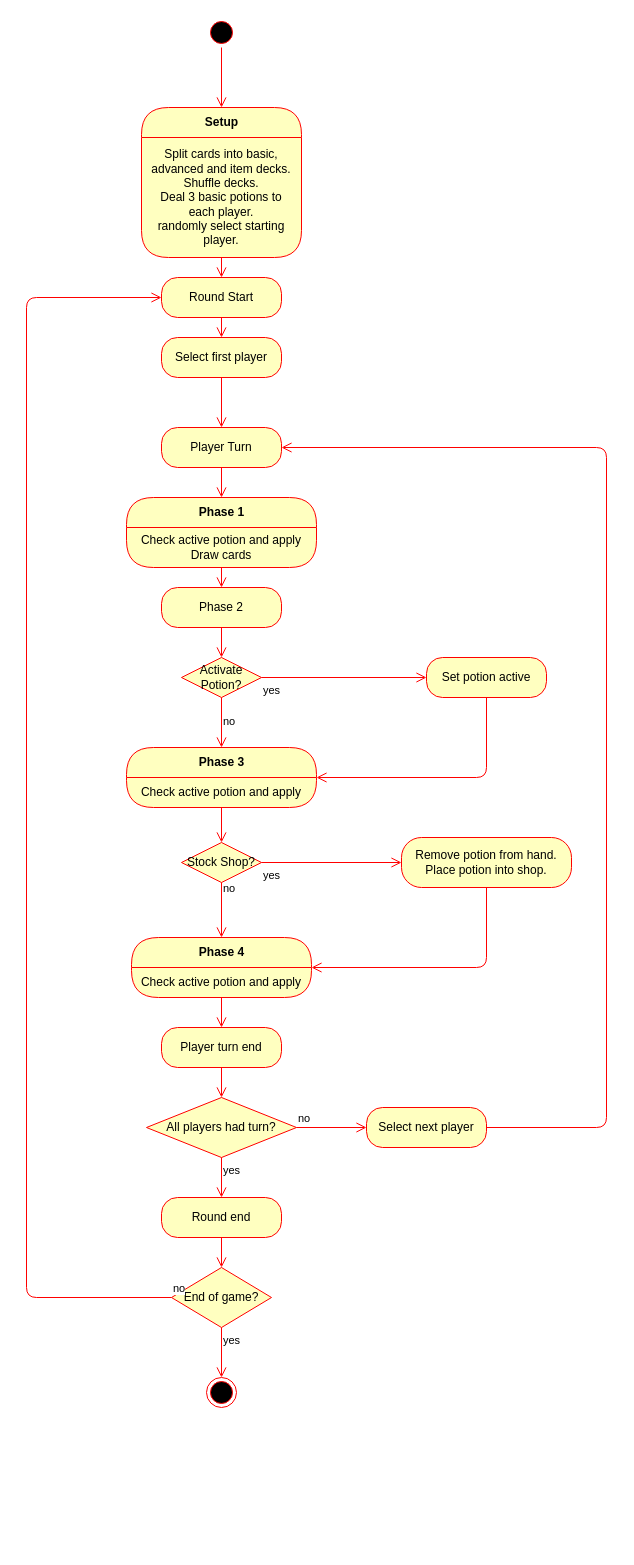
This is misc/game flow.drawio from DavidCJBond/BGA-MagicShop, a draw.io file, before an edit. Source tidied: cells renumbered, new cells numbered last; positions are measured from the earlier drawing's top-left corner, leaving out a move shared by most shapes. Both pictures are drawn from the tidied source at 100%, with x=0, y=0 at pixel (26, 17).
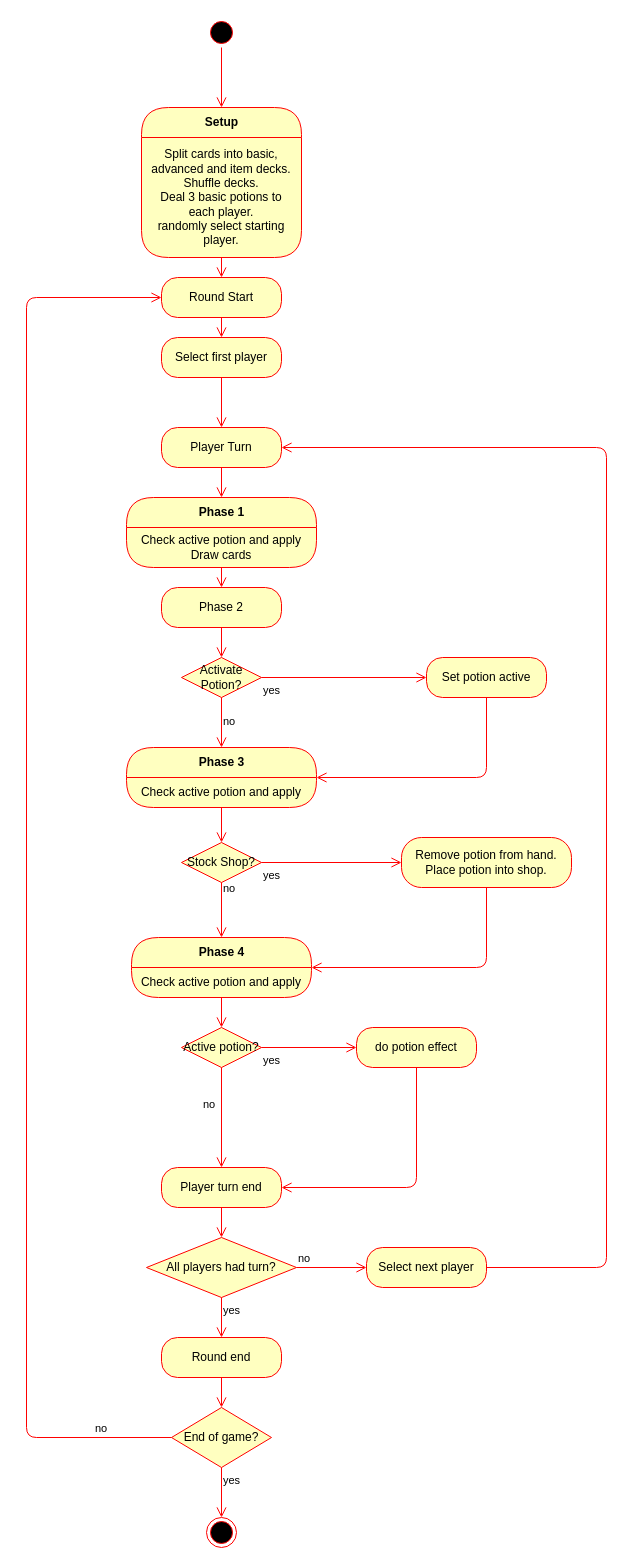
Above is the later version.

The change refers to these unchanged cells:
```xml
<mxCell id="7" value="Round Start" style="rounded=1;whiteSpace=wrap;html=1;arcSize=40;fontColor=#000000;fillColor=#ffffc0;strokeColor=#ff0000;" parent="1" vertex="1">
  <mxGeometry x="135" y="260" width="120" height="40" as="geometry" />
</mxCell>
<mxCell id="11" value="Player Turn" style="rounded=1;whiteSpace=wrap;html=1;arcSize=40;fontColor=#000000;fillColor=#ffffc0;strokeColor=#ff0000;" parent="1" vertex="1">
  <mxGeometry x="135" y="410" width="120" height="40" as="geometry" />
</mxCell>
<mxCell id="33" value="Phase 4" style="swimlane;html=1;fontStyle=1;align=center;verticalAlign=middle;horizontal=1;startSize=30;fontColor=#000000;rounded=1;arcSize=30;strokeColor=#ff0000;fillColor=#ffffc0;swimlaneFillColor=#ffffc0;" parent="1" vertex="1">
  <mxGeometry x="105" y="920" width="180" height="60" as="geometry" />
</mxCell>
```

Change to the diagram source:
```diff
@@
-    <mxCell id="32" style="edgeStyle=orthogonalEdgeStyle;html=1;verticalAlign=bottom;endArrow=open;endSize=8;strokeColor=#ff0000;entryX=0.5;entryY=0;entryDx=0;entryDy=0;" parent="1" edge="1" source="33" target="35">
+    <mxCell id="32" style="edgeStyle=orthogonalEdgeStyle;html=1;verticalAlign=bottom;endArrow=open;endSize=8;strokeColor=#ff0000;entryX=0.5;entryY=0;entryDx=0;entryDy=0;" parent="1" edge="1" source="33" target="48">
       <mxGeometry relative="1" as="geometry" />
     </mxCell>
@@
     <mxCell id="35" value="Player turn end" style="rounded=1;whiteSpace=wrap;html=1;arcSize=40;fontColor=#000000;fillColor=#ffffc0;strokeColor=#ff0000;" parent="1" vertex="1">
-      <mxGeometry x="135" y="1010" width="120" height="40" as="geometry" />
+      <mxGeometry x="135" y="1150" width="120" height="40" as="geometry" />
     </mxCell>
@@
     <mxCell id="37" value="All players had turn?" style="rhombus;whiteSpace=wrap;html=1;fillColor=#ffffc0;strokeColor=#ff0000;" parent="1" vertex="1">
-      <mxGeometry x="120" y="1080" width="150" height="60" as="geometry" />
+      <mxGeometry x="120" y="1220" width="150" height="60" as="geometry" />
     </mxCell>
@@
     <mxCell id="40" value="Select next player" style="rounded=1;whiteSpace=wrap;html=1;arcSize=40;fontColor=#000000;fillColor=#ffffc0;strokeColor=#ff0000;" parent="1" vertex="1">
-      <mxGeometry x="340" y="1090" width="120" height="40" as="geometry" />
+      <mxGeometry x="340" y="1230" width="120" height="40" as="geometry" />
     </mxCell>
     <mxCell id="41" style="edgeStyle=orthogonalEdgeStyle;html=1;verticalAlign=bottom;endArrow=open;endSize=8;strokeColor=#ff0000;exitX=1;exitY=0.5;exitDx=0;exitDy=0;entryX=1;entryY=0.5;entryDx=0;entryDy=0;" parent="1" edge="1" source="40" target="11">
       <mxGeometry relative="1" as="geometry">
         <Array as="points">
-          <mxPoint x="580" y="1110" />
+          <mxPoint x="580" y="1250" />
           <mxPoint x="580" y="430" />
         </Array>
       </mxGeometry>
     </mxCell>
     <mxCell id="42" value="Round end" style="rounded=1;whiteSpace=wrap;html=1;arcSize=40;fontColor=#000000;fillColor=#ffffc0;strokeColor=#ff0000;" parent="1" vertex="1">
-      <mxGeometry x="135" y="1180" width="120" height="40" as="geometry" />
+      <mxGeometry x="135" y="1320" width="120" height="40" as="geometry" />
     </mxCell>
@@
     <mxCell id="44" value="End of game?" style="rhombus;whiteSpace=wrap;html=1;fillColor=#ffffc0;strokeColor=#ff0000;" parent="1" vertex="1">
-      <mxGeometry x="145" y="1250" width="100" height="60" as="geometry" />
+      <mxGeometry x="145" y="1390" width="100" height="60" as="geometry" />
     </mxCell>
     <mxCell id="45" value="no" style="edgeStyle=orthogonalEdgeStyle;html=1;align=left;verticalAlign=bottom;endArrow=open;endSize=8;strokeColor=#ff0000;exitX=0;exitY=0.5;exitDx=0;exitDy=0;entryX=0;entryY=0.5;entryDx=0;entryDy=0;" parent="1" edge="1" source="44" target="7">
-      <mxGeometry x="-1" relative="1" as="geometry">
+      <mxGeometry x="-0.89" relative="1" as="geometry">
         <Array as="points">
-          <mxPoint y="1280" />
+          <mxPoint y="1420" />
           <mxPoint y="280" />
         </Array>
       </mxGeometry>
     </mxCell>
@@
     <mxCell id="47" style="ellipse;html=1;shape=endState;fillColor=#000000;strokeColor=#ff0000;" parent="1" vertex="1">
-      <mxGeometry x="180" y="1360" width="30" height="30" as="geometry" />
+      <mxGeometry x="180" y="1500" width="30" height="30" as="geometry" />
     </mxCell>
+    <mxCell id="48" value="Active potion?" style="rhombus;whiteSpace=wrap;html=1;fillColor=#ffffc0;strokeColor=#ff0000;" parent="1" vertex="1">
+      <mxGeometry x="155" y="1010" width="80" height="40" as="geometry" />
+    </mxCell>
+    <mxCell id="49" value="no" style="edgeStyle=orthogonalEdgeStyle;html=1;align=left;verticalAlign=bottom;endArrow=open;endSize=8;strokeColor=#ff0000;entryX=0.5;entryY=0;entryDx=0;entryDy=0;exitX=0.5;exitY=1;exitDx=0;exitDy=0;" parent="1" edge="1" source="48" target="35">
+      <mxGeometry x="-0.29" y="-10" relative="1" as="geometry">
+        <mxPoint x="-10" y="10" as="offset" />
+      </mxGeometry>
+    </mxCell>
+    <mxCell id="50" value="yes" style="edgeStyle=orthogonalEdgeStyle;html=1;align=left;verticalAlign=top;endArrow=open;endSize=8;strokeColor=#ff0000;" parent="1" edge="1" source="48" target="51">
+      <mxGeometry x="-1" relative="1" as="geometry" />
+    </mxCell>
+    <mxCell id="51" value="do potion effect" style="rounded=1;whiteSpace=wrap;html=1;arcSize=40;fontColor=#000000;fillColor=#ffffc0;strokeColor=#ff0000;" parent="1" vertex="1">
+      <mxGeometry x="330" y="1010" width="120" height="40" as="geometry" />
+    </mxCell>
+    <mxCell id="52" style="edgeStyle=orthogonalEdgeStyle;html=1;verticalAlign=bottom;endArrow=open;endSize=8;strokeColor=#ff0000;entryX=1;entryY=0.5;entryDx=0;entryDy=0;" parent="1" edge="1" source="51" target="35">
+      <mxGeometry relative="1" as="geometry">
+        <Array as="points">
+          <mxPoint x="390" y="1170" />
+        </Array>
+      </mxGeometry>
+    </mxCell>
```
